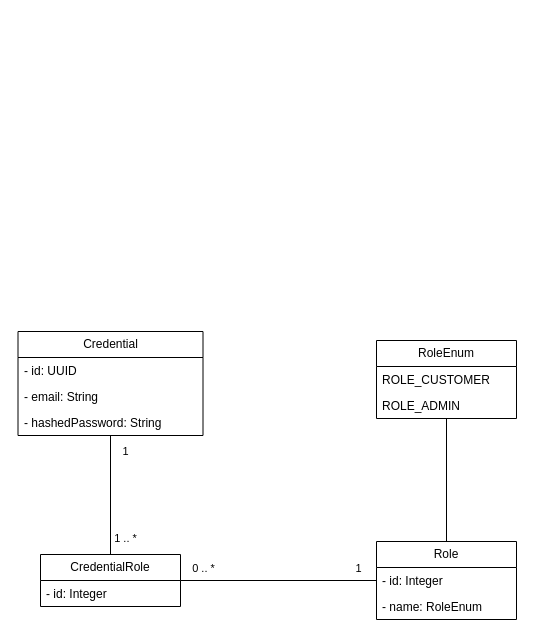
Earlier version of the draw.io diagram docs/diagrams.drawio (inkwell-store/authorization-service). Source tidied: cells renumbered, new cells numbered last; positions are measured from the earlier drawing's top-left corner, leaving out a move shared by most shapes. Both pictures are drawn from the tidied source at 100%, with x=0, y=0 at pixel (17, 331).
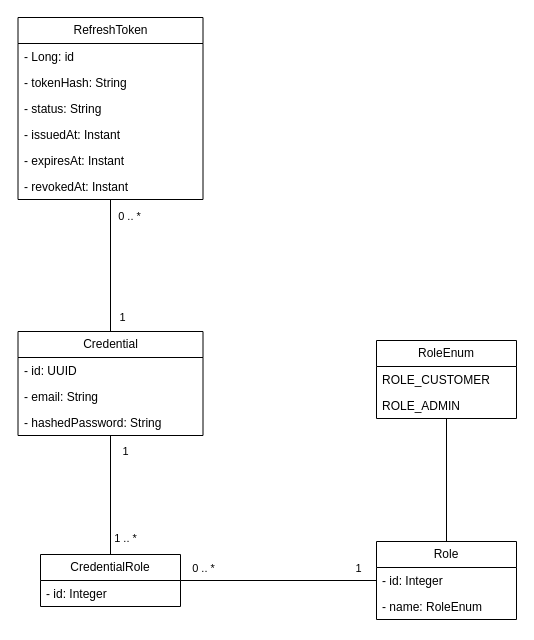
The same diagram, later.

The change refers to these unchanged cells:
```xml
<mxCell id="2" value="Credential" style="swimlane;fontStyle=0;horizontal=1;startSize=26;fillColor=none;whiteSpace=wrap;html=1;" parent="1" vertex="1">
  <mxGeometry x="0.5" width="185" height="104" as="geometry" />
</mxCell>
```

Diff of the diagram source:
```diff
@@
+    <mxCell id="21" value="RefreshToken" style="swimlane;fontStyle=0;horizontal=1;startSize=26;fillColor=none;whiteSpace=wrap;html=1;" parent="1" vertex="1">
+      <mxGeometry x="0.5" y="-314" width="185" height="182" as="geometry" />
+    </mxCell>
+    <mxCell id="22" value="- Long: id" style="text;strokeColor=none;fillColor=none;align=left;verticalAlign=top;spacingLeft=4;spacingRight=4;overflow=hidden;whiteSpace=wrap;html=1;" parent="21" vertex="1">
+      <mxGeometry y="26" width="185" height="26" as="geometry" />
+    </mxCell>
+    <mxCell id="23" value="- tokenHash: String" style="text;strokeColor=none;fillColor=none;align=left;verticalAlign=top;spacingLeft=4;spacingRight=4;overflow=hidden;whiteSpace=wrap;html=1;" parent="21" vertex="1">
+      <mxGeometry y="52" width="185" height="26" as="geometry" />
+    </mxCell>
+    <mxCell id="24" value="- status: String" style="text;strokeColor=none;fillColor=none;align=left;verticalAlign=top;spacingLeft=4;spacingRight=4;overflow=hidden;whiteSpace=wrap;html=1;" parent="21" vertex="1">
+      <mxGeometry y="78" width="185" height="26" as="geometry" />
+    </mxCell>
+    <mxCell id="25" value="- issuedAt: Instant" style="text;strokeColor=none;fillColor=none;align=left;verticalAlign=top;spacingLeft=4;spacingRight=4;overflow=hidden;whiteSpace=wrap;html=1;" parent="21" vertex="1">
+      <mxGeometry y="104" width="185" height="26" as="geometry" />
+    </mxCell>
+    <mxCell id="26" value="- expiresAt: Instant" style="text;strokeColor=none;fillColor=none;align=left;verticalAlign=top;spacingLeft=4;spacingRight=4;overflow=hidden;whiteSpace=wrap;html=1;" parent="21" vertex="1">
+      <mxGeometry y="130" width="185" height="26" as="geometry" />
+    </mxCell>
+    <mxCell id="27" value="- revokedAt: Instant" style="text;strokeColor=none;fillColor=none;align=left;verticalAlign=top;spacingLeft=4;spacingRight=4;overflow=hidden;whiteSpace=wrap;html=1;" parent="21" vertex="1">
+      <mxGeometry y="156" width="185" height="26" as="geometry" />
+    </mxCell>
+    <mxCell id="28" style="endArrow=none;html=1;rounded=0;" parent="1" edge="1" source="2" target="21">
+      <mxGeometry relative="1" as="geometry" />
+    </mxCell>
+    <mxCell id="29" value="0 .. *" style="edgeLabel;html=1;align=center;verticalAlign=middle;" parent="28" vertex="1">
+      <mxGeometry x="0.81" y="1" relative="1" as="geometry">
+        <mxPoint x="19" y="3" as="offset" />
+      </mxGeometry>
+    </mxCell>
+    <mxCell id="30" value="1" style="edgeLabel;html=1;align=center;verticalAlign=middle;" parent="28" vertex="1">
+      <mxGeometry x="-0.81" relative="1" as="geometry">
+        <mxPoint x="11" y="-2" as="offset" />
+      </mxGeometry>
+    </mxCell>
```
